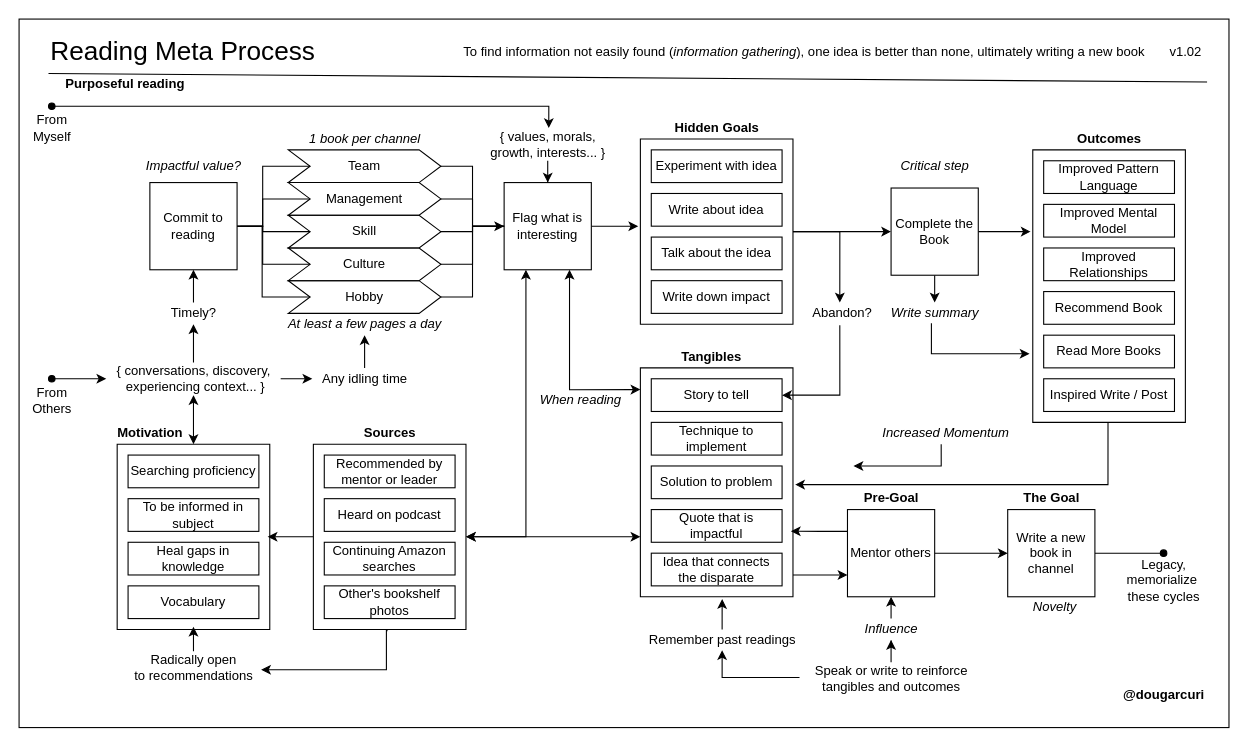
solidi/learning-notes keeps this draw.io diagram as books/diagrams/reading-process.drawio. Above is the earlier version. Source tidied: cells renumbered, new cells numbered last; positions are measured from the earlier drawing's top-left corner, leaving out a move shared by most shapes. Both pictures are drawn from the tidied source at 109%, with x=0, y=0 at pixel (19, 19).
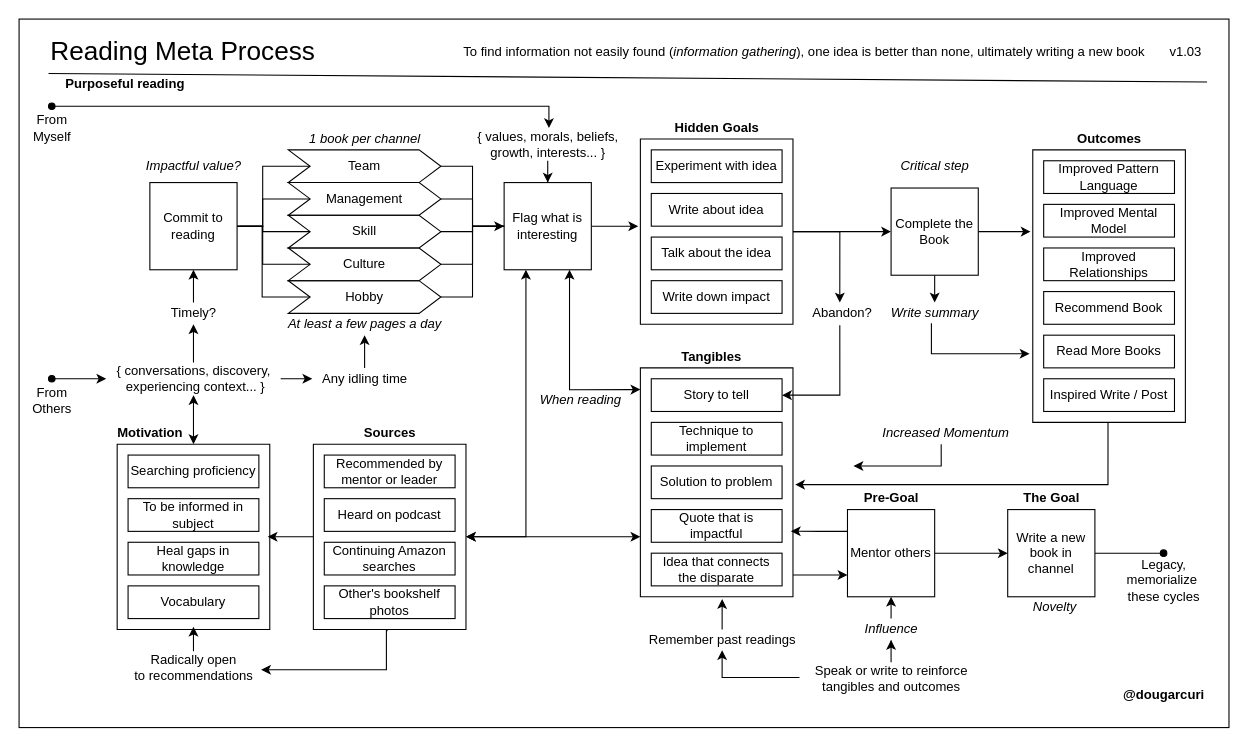
The same page after the edit.

Commit message (it also covers changes not shown here):
Add beliefs to the reading process document

The edit, as a diff of the source:
```diff
@@
-    <mxCell id="25" value="v1.02" style="text;html=1;align=center;verticalAlign=middle;" parent="1" vertex="1">
+    <mxCell id="25" value="v1.03" style="text;html=1;align=center;verticalAlign=middle;" parent="1" vertex="1">
       <mxGeometry x="1050" y="20" width="40" height="20" as="geometry" />
     </mxCell>
@@
-    <mxCell id="101" value="{ values, morals,&lt;br&gt;growth, interests... }" style="text;html=1;align=center;verticalAlign=middle;points=[];" parent="1" vertex="1">
-      <mxGeometry x="425" y="100" width="120" height="30" as="geometry" />
+    <mxCell id="101" value="{ values, morals, beliefs,&lt;br&gt;growth, interests... }" style="text;html=1;align=center;verticalAlign=middle;points=[];" parent="1" vertex="1">
+      <mxGeometry x="415" y="100" width="140" height="30" as="geometry" />
     </mxCell>
```
